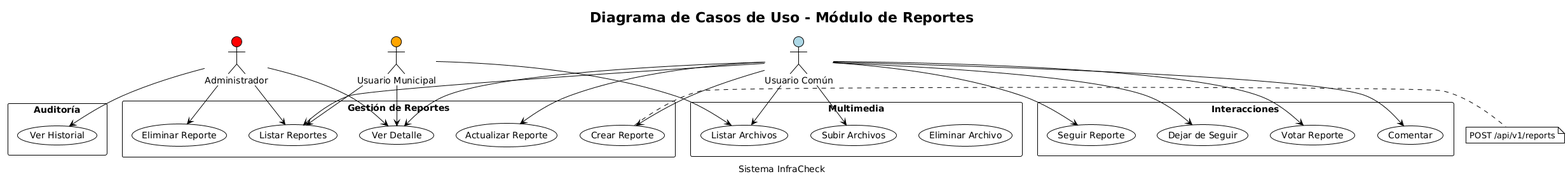
The PlantUML diagram images/diagramas_plantuml/CASOUSO_REPORTES.png in Linich14/G3-INFO1173-Infracheck, before a commit. Its diagram source:
```plantuml
@startuml
!theme plain
skinparam packageStyle rectangle

title Diagrama de Casos de Uso - Módulo de Reportes
caption Sistema InfraCheck


actor "Usuario Común" as usuario #LightBlue
actor "Usuario Municipal" as municipal #Orange
actor "Administrador" as admin #Red


package "Gestión de Reportes" {
  usecase (Crear Reporte) as UC1
  usecase (Listar Reportes) as UC2
  usecase (Ver Detalle) as UC3
  usecase (Actualizar Reporte) as UC4
  usecase (Eliminar Reporte) as UC5
}

package "Multimedia" {
  usecase (Subir Archivos) as UC6
  usecase (Listar Archivos) as UC7
  usecase (Eliminar Archivo) as UC8
}

package "Interacciones" {
  usecase (Seguir Reporte) as UC9
  usecase (Dejar de Seguir) as UC10
  usecase (Votar Reporte) as UC11
  usecase (Comentar) as UC12
}

package "Auditoría" {
  usecase (Ver Historial) as UC13
}


usuario --> UC1
usuario --> UC2
usuario --> UC3
usuario --> UC4
usuario --> UC6
usuario --> UC7
usuario --> UC9
usuario --> UC10
usuario --> UC11
usuario --> UC12

municipal --> UC2
municipal --> UC3
municipal --> UC7

admin --> UC2
admin --> UC3
admin --> UC5
admin --> UC13


note right of UC1
  POST /api/v1/reports
end note
@enduml
```
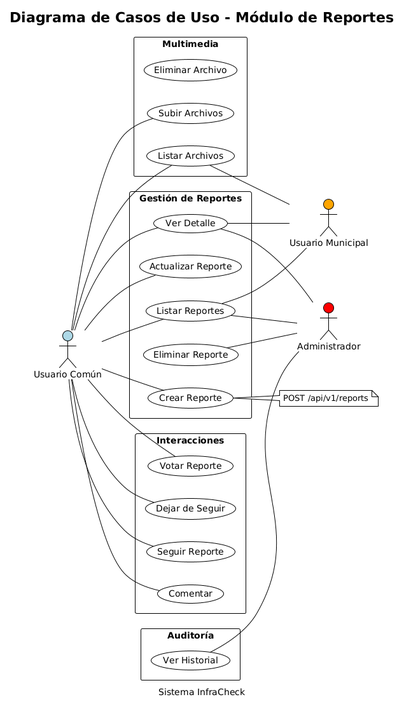
After the change.

Diff of the diagram source:
```diff
@@ -6,9 +6,9 @@
 caption Sistema InfraCheck
 
 
+left to right direction
+
 actor "Usuario Común" as usuario #LightBlue
-actor "Usuario Municipal" as municipal #Orange
-actor "Administrador" as admin #Red
 
 
 package "Gestión de Reportes" {
@@ -36,26 +36,29 @@
   usecase (Ver Historial) as UC13
 }
 
+actor "Usuario Municipal" as municipal #Orange
+actor "Administrador" as admin #Red
 
-usuario --> UC1
-usuario --> UC2
-usuario --> UC3
-usuario --> UC4
-usuario --> UC6
-usuario --> UC7
-usuario --> UC9
-usuario --> UC10
-usuario --> UC11
-usuario --> UC12
 
-municipal --> UC2
-municipal --> UC3
-municipal --> UC7
+usuario -- UC1
+usuario -- UC2
+usuario -- UC3
+usuario -- UC4
+usuario -- UC6
+usuario -- UC7
+usuario -- UC9
+usuario -- UC10
+usuario -- UC11
+usuario -- UC12
 
-admin --> UC2
-admin --> UC3
-admin --> UC5
-admin --> UC13
+UC2 -- municipal
+UC3 -- municipal
+UC7 -- municipal
+
+UC2 -- admin
+UC3 -- admin
+UC5 -- admin
+UC13 -- admin
 
 
 note right of UC1
```
